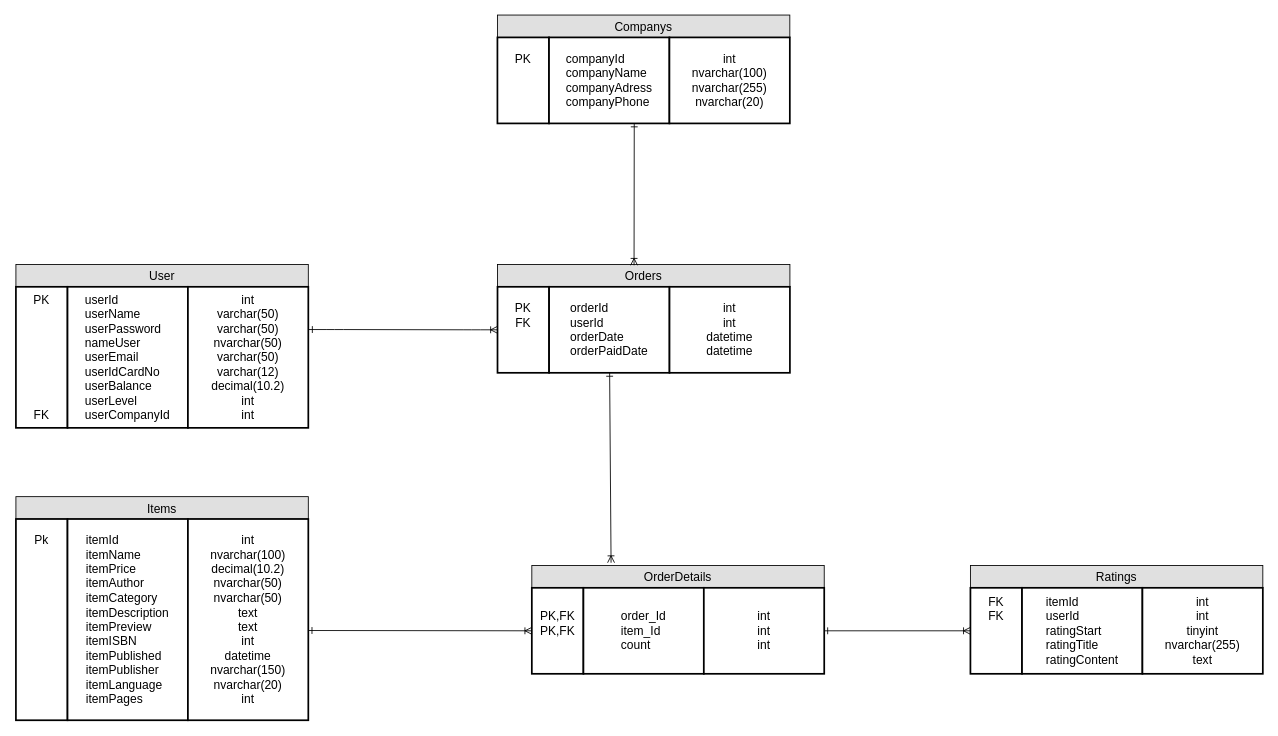
tung120320/E-Book-Order-G02 keeps this draw.io diagram as Documents/table.drawio. Above is the earlier version. Source tidied: cells renumbered, new cells numbered last; positions are measured from the earlier drawing's top-left corner, leaving out a move shared by most shapes. Both pictures are drawn from the tidied source at 86%, with x=0, y=0 at pixel (15, 15).
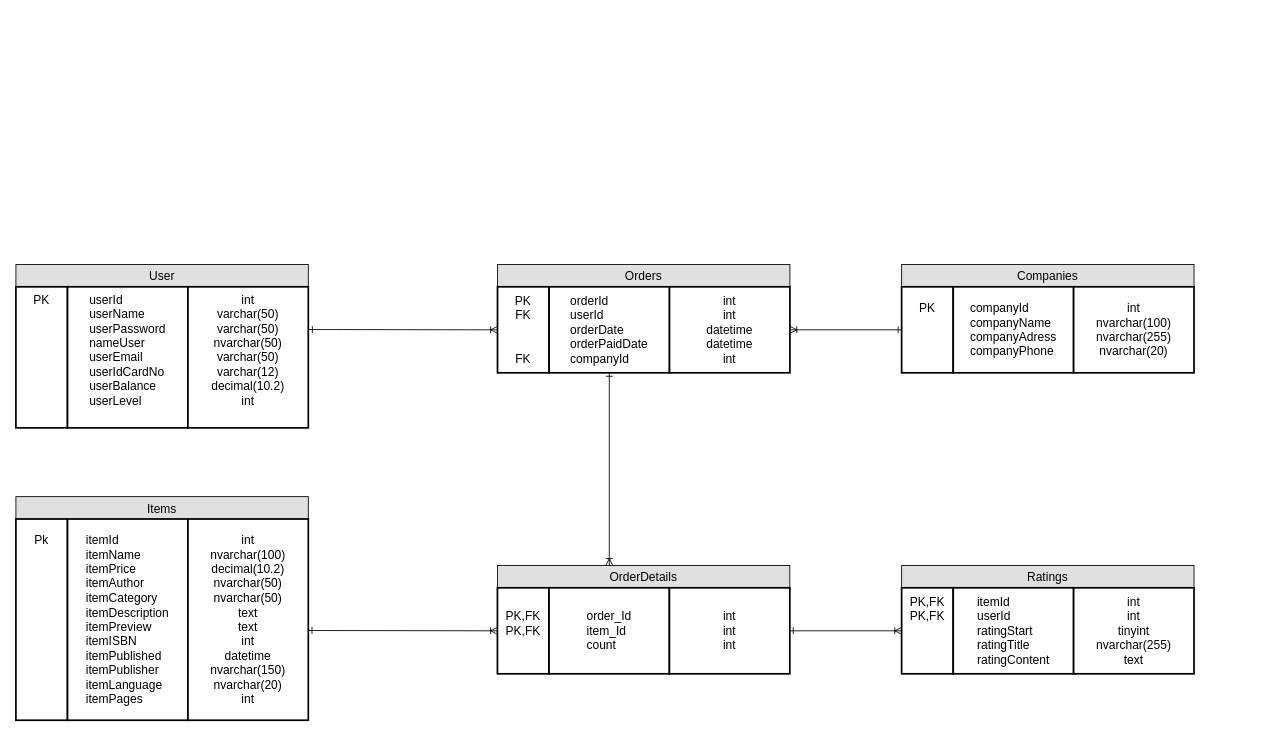
Above is the later version.

Unchanged cells that the change refers to:
```xml
<mxCell id="6" value="Orders" style="text;align=center;verticalAlign=middle;spacingLeft=4;spacingRight=4;strokeColor=#000000;fillColor=#e0e0e0;points=[[0,0.5],[1,0.5]];portConstraint=eastwest;fontSize=14;" parent="1" vertex="1">
  <mxGeometry x="560" y="290" width="340" height="26" as="geometry" />
</mxCell>
```

Diff of the diagram source:
```diff
@@
-    <mxCell id="3" value="PK&lt;br&gt;&lt;br&gt;&lt;br&gt;&lt;br&gt;&lt;br&gt;&lt;br&gt;&lt;br&gt;&lt;br&gt;FK&lt;br&gt;" style="strokeWidth=2;whiteSpace=wrap;html=1;align=center;fontSize=14;" parent="1" vertex="1">
+    <mxCell id="3" value="PK&lt;br&gt;&lt;br&gt;&lt;br&gt;&lt;br&gt;&lt;br&gt;&lt;br&gt;&lt;br&gt;&lt;br&gt;&lt;br&gt;" style="strokeWidth=2;whiteSpace=wrap;html=1;align=center;fontSize=14;" parent="1" vertex="1">
       <mxGeometry y="316" width="60" height="164" as="geometry" />
     </mxCell>
-    <mxCell id="4" value="&lt;div style=&quot;text-align: left&quot;&gt;&lt;span&gt;userId&lt;/span&gt;&lt;br&gt;&lt;/div&gt;&lt;div style=&quot;text-align: left&quot;&gt;&lt;span&gt;userName&lt;/span&gt;&lt;span&gt;&lt;br&gt;&lt;/span&gt;&lt;/div&gt;&lt;div style=&quot;text-align: left&quot;&gt;&lt;span&gt;userPassword&lt;/span&gt;&lt;span&gt;&lt;br&gt;&lt;/span&gt;&lt;/div&gt;&lt;div style=&quot;text-align: left&quot;&gt;&lt;span&gt;nameUser&lt;/span&gt;&lt;span&gt;&lt;br&gt;&lt;/span&gt;&lt;/div&gt;&lt;div style=&quot;text-align: left&quot;&gt;&lt;span&gt;userEmail&lt;/span&gt;&lt;span&gt;&lt;br&gt;&lt;/span&gt;&lt;/div&gt;&lt;div style=&quot;text-align: left&quot;&gt;&lt;span&gt;userIdCardNo&lt;/span&gt;&lt;span&gt;&lt;br&gt;&lt;/span&gt;&lt;/div&gt;&lt;div style=&quot;text-align: left&quot;&gt;&lt;span&gt;userBalance&lt;/span&gt;&lt;span&gt;&lt;br&gt;&lt;/span&gt;&lt;/div&gt;&lt;div style=&quot;text-align: left&quot;&gt;&lt;span&gt;userLevel&lt;/span&gt;&lt;span&gt;&lt;br&gt;&lt;/span&gt;&lt;/div&gt;&lt;div style=&quot;text-align: left&quot;&gt;userCompanyId&lt;/div&gt;" style="strokeWidth=2;whiteSpace=wrap;html=1;align=center;fontSize=14;" parent="1" vertex="1">
+    <mxCell id="4" value="&lt;div style=&quot;text-align: left&quot;&gt;&lt;span&gt;userId&lt;/span&gt;&lt;br&gt;&lt;/div&gt;&lt;div style=&quot;text-align: left&quot;&gt;&lt;span&gt;userName&lt;/span&gt;&lt;span&gt;&lt;br&gt;&lt;/span&gt;&lt;/div&gt;&lt;div style=&quot;text-align: left&quot;&gt;&lt;span&gt;userPassword&lt;/span&gt;&lt;span&gt;&lt;br&gt;&lt;/span&gt;&lt;/div&gt;&lt;div style=&quot;text-align: left&quot;&gt;&lt;span&gt;nameUser&lt;/span&gt;&lt;span&gt;&lt;br&gt;&lt;/span&gt;&lt;/div&gt;&lt;div style=&quot;text-align: left&quot;&gt;&lt;span&gt;userEmail&lt;/span&gt;&lt;span&gt;&lt;br&gt;&lt;/span&gt;&lt;/div&gt;&lt;div style=&quot;text-align: left&quot;&gt;&lt;span&gt;userIdCardNo&lt;/span&gt;&lt;span&gt;&lt;br&gt;&lt;/span&gt;&lt;/div&gt;&lt;div style=&quot;text-align: left&quot;&gt;&lt;span&gt;userBalance&lt;/span&gt;&lt;span&gt;&lt;br&gt;&lt;/span&gt;&lt;/div&gt;&lt;div style=&quot;text-align: left&quot;&gt;&lt;span&gt;userLevel&lt;/span&gt;&lt;span&gt;&lt;br&gt;&lt;/span&gt;&lt;/div&gt;&lt;div style=&quot;text-align: left&quot;&gt;&lt;br&gt;&lt;/div&gt;" style="strokeWidth=2;whiteSpace=wrap;html=1;align=center;fontSize=14;" parent="1" vertex="1">
       <mxGeometry x="60" y="316" width="140" height="164" as="geometry" />
     </mxCell>
-    <mxCell id="5" value="int&lt;br&gt;varchar(50)&lt;br&gt;varchar(50)&lt;br&gt;nvarchar(50)&lt;br&gt;varchar(50)&lt;br&gt;varchar(12)&lt;br&gt;decimal(10.2)&lt;br&gt;int&lt;br&gt;int&lt;br&gt;" style="strokeWidth=2;whiteSpace=wrap;html=1;align=center;fontSize=14;" parent="1" vertex="1">
+    <mxCell id="5" value="int&lt;br&gt;varchar(50)&lt;br&gt;varchar(50)&lt;br&gt;nvarchar(50)&lt;br&gt;varchar(50)&lt;br&gt;varchar(12)&lt;br&gt;decimal(10.2)&lt;br&gt;int&lt;br&gt;&lt;br&gt;" style="strokeWidth=2;whiteSpace=wrap;html=1;align=center;fontSize=14;" parent="1" vertex="1">
       <mxGeometry x="200" y="316" width="140" height="164" as="geometry" />
     </mxCell>
@@
-    <mxCell id="7" value="&lt;br&gt;&lt;br&gt;PK&lt;br&gt;FK&lt;br&gt;&lt;br&gt;&lt;br&gt;&lt;br&gt;&lt;br&gt;" style="strokeWidth=2;whiteSpace=wrap;html=1;align=center;fontSize=14;" parent="1" vertex="1">
+    <mxCell id="7" value="&lt;br&gt;&lt;br&gt;PK&lt;br&gt;FK&lt;br&gt;&lt;br&gt;&lt;br&gt;FK&lt;br&gt;&lt;br&gt;&lt;br&gt;" style="strokeWidth=2;whiteSpace=wrap;html=1;align=center;fontSize=14;" parent="1" vertex="1">
       <mxGeometry x="560" y="316" width="60" height="100" as="geometry" />
     </mxCell>
-    <mxCell id="8" value="&lt;div style=&quot;text-align: left&quot;&gt;&lt;span&gt;&lt;br&gt;&lt;/span&gt;&lt;/div&gt;&lt;div style=&quot;text-align: left&quot;&gt;&lt;span&gt;orderId&lt;/span&gt;&lt;br&gt;&lt;/div&gt;&lt;div style=&quot;text-align: left&quot;&gt;&lt;span&gt;userId&lt;/span&gt;&lt;span&gt;&lt;br&gt;&lt;/span&gt;&lt;/div&gt;&lt;div style=&quot;text-align: left&quot;&gt;&lt;span&gt;orderDate&lt;/span&gt;&lt;span&gt;&lt;br&gt;&lt;/span&gt;&lt;/div&gt;&lt;div style=&quot;text-align: left&quot;&gt;&lt;span&gt;orderPaidDate&lt;/span&gt;&lt;span&gt;&lt;br&gt;&lt;/span&gt;&lt;/div&gt;&lt;div style=&quot;text-align: left&quot;&gt;&lt;span&gt;&lt;br&gt;&lt;/span&gt;&lt;/div&gt;" style="strokeWidth=2;whiteSpace=wrap;html=1;align=center;fontSize=14;" parent="1" vertex="1">
+    <mxCell id="8" value="&lt;div style=&quot;text-align: left&quot;&gt;&lt;span&gt;&lt;br&gt;&lt;/span&gt;&lt;/div&gt;&lt;div style=&quot;text-align: left&quot;&gt;&lt;span&gt;orderId&lt;/span&gt;&lt;br&gt;&lt;/div&gt;&lt;div style=&quot;text-align: left&quot;&gt;&lt;span&gt;userId&lt;/span&gt;&lt;span&gt;&lt;br&gt;&lt;/span&gt;&lt;/div&gt;&lt;div style=&quot;text-align: left&quot;&gt;&lt;span&gt;orderDate&lt;/span&gt;&lt;span&gt;&lt;br&gt;&lt;/span&gt;&lt;/div&gt;&lt;div style=&quot;text-align: left&quot;&gt;&lt;span&gt;orderPaidDate&lt;/span&gt;&lt;span&gt;&lt;br&gt;&lt;/span&gt;&lt;/div&gt;&lt;div style=&quot;text-align: left&quot;&gt;companyId&lt;span&gt;&lt;br&gt;&lt;/span&gt;&lt;/div&gt;&lt;div style=&quot;text-align: left&quot;&gt;&lt;span&gt;&lt;br&gt;&lt;/span&gt;&lt;/div&gt;" style="strokeWidth=2;whiteSpace=wrap;html=1;align=center;fontSize=14;" parent="1" vertex="1">
       <mxGeometry x="620" y="316" width="140" height="100" as="geometry" />
     </mxCell>
-    <mxCell id="9" value="int&lt;br&gt;int&lt;br&gt;datetime&lt;br&gt;datetime&lt;br&gt;" style="strokeWidth=2;whiteSpace=wrap;html=1;align=center;fontSize=14;" parent="1" vertex="1">
+    <mxCell id="9" value="int&lt;br&gt;int&lt;br&gt;datetime&lt;br&gt;datetime&lt;br&gt;int&lt;br&gt;" style="strokeWidth=2;whiteSpace=wrap;html=1;align=center;fontSize=14;" parent="1" vertex="1">
       <mxGeometry x="760" y="316" width="140" height="100" as="geometry" />
     </mxCell>
     <mxCell id="10" value="OrderDetails" style="text;align=center;verticalAlign=middle;spacingLeft=4;spacingRight=4;strokeColor=#000000;fillColor=#e0e0e0;points=[[0,0.5],[1,0.5]];portConstraint=eastwest;fontSize=14;" parent="1" vertex="1">
-      <mxGeometry x="599.9" y="640" width="340" height="26" as="geometry" />
+      <mxGeometry x="559.9" y="640" width="340" height="26" as="geometry" />
     </mxCell>
     <mxCell id="11" value="PK,FK&lt;br&gt;PK,FK&lt;br&gt;&lt;br&gt;" style="strokeWidth=2;whiteSpace=wrap;html=1;align=center;fontSize=14;" parent="1" vertex="1">
-      <mxGeometry x="599.9" y="666" width="60" height="100" as="geometry" />
+      <mxGeometry x="559.9" y="666" width="60" height="100" as="geometry" />
     </mxCell>
     <mxCell id="12" value="&lt;div style=&quot;text-align: left&quot;&gt;&lt;span&gt;order_Id&lt;/span&gt;&lt;br&gt;&lt;/div&gt;&lt;div style=&quot;text-align: left&quot;&gt;&lt;span&gt;item_Id&lt;/span&gt;&lt;span&gt;&lt;br&gt;&lt;/span&gt;&lt;/div&gt;&lt;div style=&quot;text-align: left&quot;&gt;&lt;span&gt;count&lt;/span&gt;&lt;span&gt;&lt;br&gt;&lt;/span&gt;&lt;/div&gt;" style="strokeWidth=2;whiteSpace=wrap;html=1;align=center;fontSize=14;" parent="1" vertex="1">
-      <mxGeometry x="659.9" y="666" width="140" height="100" as="geometry" />
+      <mxGeometry x="619.9" y="666" width="140" height="100" as="geometry" />
     </mxCell>
     <mxCell id="13" value="int&lt;br&gt;int&lt;br&gt;int&lt;br&gt;" style="strokeWidth=2;whiteSpace=wrap;html=1;align=center;fontSize=14;" parent="1" vertex="1">
-      <mxGeometry x="799.9" y="666" width="140" height="100" as="geometry" />
+      <mxGeometry x="759.9" y="666" width="140" height="100" as="geometry" />
     </mxCell>
@@
-    <mxCell id="20" style="fontSize=12;html=1;endArrow=ERoneToMany;startArrow=ERone;startFill=0;entryX=0.271;entryY=-0.122;entryDx=0;entryDy=0;entryPerimeter=0;" parent="1" edge="1" source="8" target="10">
-      <mxGeometry relative="1" as="geometry" />
+    <mxCell id="20" style="fontSize=12;html=1;endArrow=ERoneToMany;startArrow=ERone;startFill=0;" parent="1" edge="1" source="8">
+      <mxGeometry relative="1" as="geometry">
+        <mxPoint x="690" y="640" as="targetPoint" />
+      </mxGeometry>
     </mxCell>
     <mxCell id="21" value="Ratings" style="text;align=center;verticalAlign=middle;spacingLeft=4;spacingRight=4;strokeColor=#000000;fillColor=#e0e0e0;fontSize=14;" parent="1" vertex="1">
-      <mxGeometry x="1109.9" y="640" width="340" height="26" as="geometry" />
+      <mxGeometry x="1029.9" y="640" width="340" height="26" as="geometry" />
     </mxCell>
-    <mxCell id="22" value="FK&lt;br&gt;FK&lt;br&gt;&lt;br&gt;&lt;br&gt;&lt;br&gt;" style="strokeWidth=2;whiteSpace=wrap;html=1;align=center;fontSize=14;" parent="1" vertex="1">
-      <mxGeometry x="1109.9" y="666" width="60" height="100" as="geometry" />
+    <mxCell id="22" value="PK,FK&lt;br&gt;PK,FK&lt;br&gt;&lt;br&gt;&lt;br&gt;&lt;br&gt;" style="strokeWidth=2;whiteSpace=wrap;html=1;align=center;fontSize=14;" parent="1" vertex="1">
+      <mxGeometry x="1029.9" y="666" width="60" height="100" as="geometry" />
     </mxCell>
     <mxCell id="23" value="&lt;div style=&quot;text-align: left&quot;&gt;&lt;span&gt;itemId&lt;/span&gt;&lt;br&gt;&lt;/div&gt;&lt;div style=&quot;text-align: left&quot;&gt;&lt;span&gt;userId&lt;/span&gt;&lt;span&gt;&lt;br&gt;&lt;/span&gt;&lt;/div&gt;&lt;div style=&quot;text-align: left&quot;&gt;&lt;span&gt;ratingStart&lt;/span&gt;&lt;span&gt;&lt;br&gt;&lt;/span&gt;&lt;/div&gt;&lt;div style=&quot;text-align: left&quot;&gt;&lt;span&gt;ratingTitle&lt;/span&gt;&lt;span&gt;&lt;br&gt;&lt;/span&gt;&lt;/div&gt;&lt;div style=&quot;text-align: left&quot;&gt;&lt;span&gt;ratingContent&lt;/span&gt;&lt;span&gt;&lt;br&gt;&lt;/span&gt;&lt;/div&gt;" style="strokeWidth=2;whiteSpace=wrap;html=1;align=center;fontSize=14;" parent="1" vertex="1">
-      <mxGeometry x="1169.9" y="666" width="140" height="100" as="geometry" />
+      <mxGeometry x="1089.9" y="666" width="140" height="100" as="geometry" />
     </mxCell>
     <mxCell id="24" value="int&lt;br&gt;int&lt;br&gt;tinyint&lt;br&gt;nvarchar(255)&lt;br&gt;text&lt;br&gt;" style="strokeWidth=2;whiteSpace=wrap;html=1;align=center;fontSize=14;" parent="1" vertex="1">
-      <mxGeometry x="1309.9" y="666" width="140" height="100" as="geometry" />
+      <mxGeometry x="1229.9" y="666" width="140" height="100" as="geometry" />
     </mxCell>
@@
-    <mxCell id="26" value="Companys" style="text;align=center;verticalAlign=middle;spacingLeft=4;spacingRight=4;strokeColor=#000000;fillColor=#e0e0e0;fontSize=14;" parent="1" vertex="1">
-      <mxGeometry x="559.9" width="340" height="26" as="geometry" />
+    <mxCell id="26" value="Companies" style="text;align=center;verticalAlign=middle;spacingLeft=4;spacingRight=4;strokeColor=#000000;fillColor=#e0e0e0;fontSize=14;" parent="1" vertex="1">
+      <mxGeometry x="1029.9" y="290" width="340" height="26" as="geometry" />
     </mxCell>
     <mxCell id="27" value="PK&lt;br&gt;&lt;br&gt;&lt;br&gt;&lt;br&gt;" style="strokeWidth=2;whiteSpace=wrap;html=1;align=center;fontSize=14;" parent="1" vertex="1">
-      <mxGeometry x="559.9" y="26" width="60" height="100" as="geometry" />
+      <mxGeometry x="1029.9" y="316" width="60" height="100" as="geometry" />
     </mxCell>
     <mxCell id="28" value="&lt;div style=&quot;text-align: left&quot;&gt;&lt;span&gt;companyId&lt;/span&gt;&lt;br&gt;&lt;/div&gt;&lt;div style=&quot;text-align: left&quot;&gt;&lt;span&gt;companyName&lt;/span&gt;&lt;span&gt;&lt;br&gt;&lt;/span&gt;&lt;/div&gt;&lt;div style=&quot;text-align: left&quot;&gt;&lt;span&gt;companyAdress&lt;/span&gt;&lt;span&gt;&lt;br&gt;&lt;/span&gt;&lt;/div&gt;&lt;div style=&quot;text-align: left&quot;&gt;&lt;span&gt;companyPhone&lt;/span&gt;&lt;span&gt;&lt;br&gt;&lt;/span&gt;&lt;/div&gt;" style="strokeWidth=2;whiteSpace=wrap;html=1;align=center;fontSize=14;" parent="1" vertex="1">
-      <mxGeometry x="619.9" y="26" width="140" height="100" as="geometry" />
+      <mxGeometry x="1089.9" y="316" width="140" height="100" as="geometry" />
     </mxCell>
     <mxCell id="29" value="int&lt;br&gt;nvarchar(100)&lt;br&gt;nvarchar(255)&lt;br&gt;nvarchar(20)&lt;br&gt;" style="strokeWidth=2;whiteSpace=wrap;html=1;align=center;fontSize=14;" parent="1" vertex="1">
-      <mxGeometry x="759.9" y="26" width="140" height="100" as="geometry" />
+      <mxGeometry x="1229.9" y="316" width="140" height="100" as="geometry" />
     </mxCell>
-    <mxCell id="30" style="fontSize=12;html=1;endArrow=ERoneToMany;startArrow=ERone;startFill=0;entryX=0.467;entryY=0.038;entryDx=0;entryDy=0;entryPerimeter=0;" parent="1" edge="1" target="6">
-      <mxGeometry relative="1" as="geometry">
-        <mxPoint x="719" y="126" as="sourcePoint" />
-      </mxGeometry>
+    <mxCell id="30" style="fontSize=12;html=1;endArrow=ERoneToMany;startArrow=ERone;startFill=0;entryX=1;entryY=0.5;entryDx=0;entryDy=0;exitX=0;exitY=0.5;exitDx=0;exitDy=0;" parent="1" edge="1" source="27" target="9">
+      <mxGeometry relative="1" as="geometry" />
     </mxCell>
```
